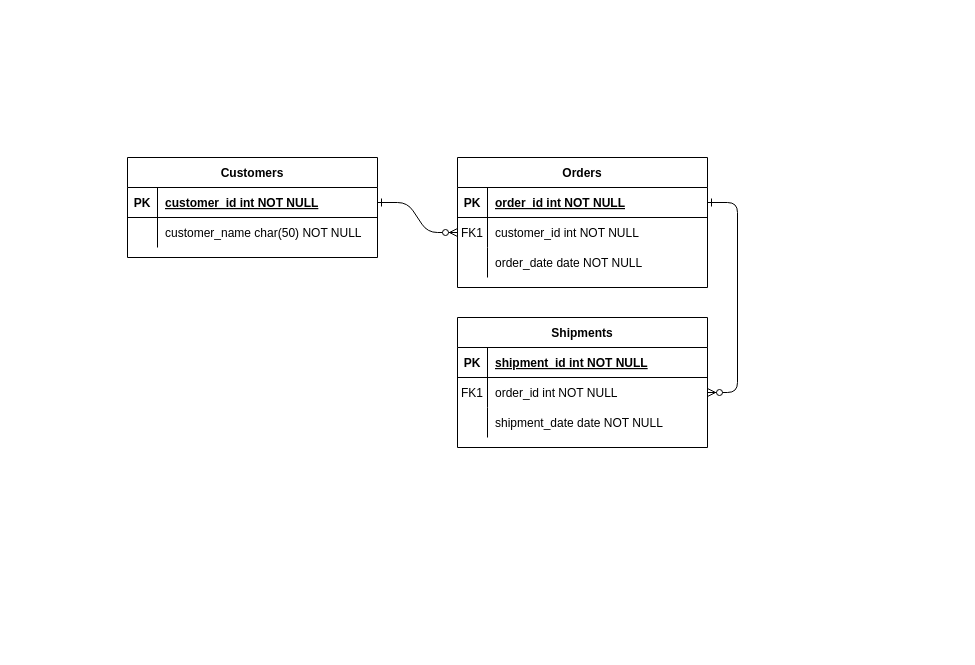
shahmartian/c268 keeps this draw.io diagram as Untitled Diagram.drawio. Above is the earlier version. Source tidied: cells renumbered, new cells numbered last; positions are measured from the earlier drawing's top-left corner, leaving out a move shared by most shapes. Both pictures are drawn from the tidied source at 100%, with x=0, y=0 at pixel (127, 157).
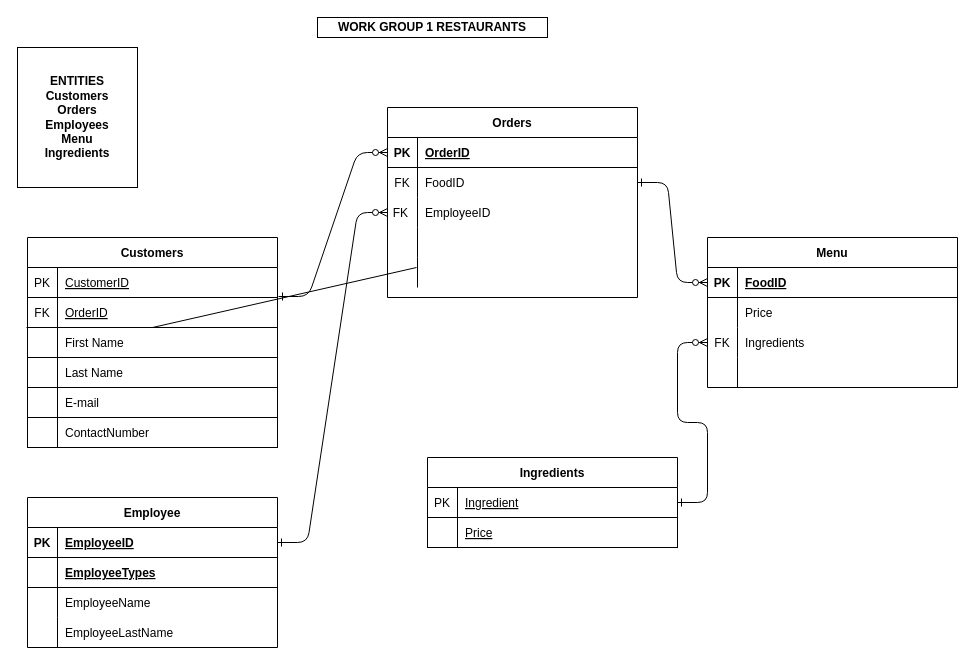
The same page after the edit.

Unchanged cells that the change refers to:
```xml
<mxCell id="15" style="shape=partialRectangle;fillColor=none;points=[[0,0.5],[1,0.5]];portConstraint=eastwest;top=0;left=0;right=0;bottom=1;" parent="14" vertex="1">
  <mxGeometry y="30" width="250" height="30" as="geometry" />
</mxCell>
<mxCell id="18" style="shape=partialRectangle;fillColor=none;points=[[0,0.5],[1,0.5]];portConstraint=eastwest;top=0;left=0;right=0;bottom=0;" parent="14" vertex="1">
  <mxGeometry y="60" width="250" height="30" as="geometry" />
</mxCell>
<mxCell id="21" style="shape=partialRectangle;fillColor=none;points=[[0,0.5],[1,0.5]];portConstraint=eastwest;top=0;left=0;right=0;bottom=0;" parent="14" vertex="1">
  <mxGeometry y="90" width="250" height="30" as="geometry" />
</mxCell>
<mxCell id="25" style="shape=partialRectangle;fillColor=none;points=[[0,0.5],[1,0.5]];portConstraint=eastwest;top=0;left=0;right=0;bottom=1;" parent="24" vertex="1">
  <mxGeometry y="30" width="250" height="30" as="geometry" />
</mxCell>
```

Diff of the diagram source:
```diff
@@
-    <mxCell id="2" style="edgeStyle=entityRelationEdgeStyle;endArrow=ERzeroToMany;startArrow=ERone;endFill=1;startFill=0;" parent="1" edge="1" source="25" target="8">
-      <mxGeometry relative="1" as="geometry" />
-    </mxCell>
-    <mxCell id="3" style="edgeStyle=entityRelationEdgeStyle;endArrow=ERzeroToMany;startArrow=ERone;endFill=1;startFill=0;" parent="1" edge="1" source="5" target="18">
-      <mxGeometry relative="1" as="geometry" />
-    </mxCell>
-    <mxCell id="4" value="Orders" style="shape=table;startSize=30;childLayout=tableLayout;rowLines=0;fontStyle=1;align=center;" parent="1" vertex="1">
-      <mxGeometry x="330" width="250" height="130" as="geometry" />
+    <mxCell id="4" value="Orders" style="shape=table;startSize=30;childLayout=tableLayout;rowLines=0;fontStyle=1;align=center;strokeColor=#000000;" parent="1" vertex="1">
+      <mxGeometry x="260" y="-50" width="250" height="190" as="geometry" />
     </mxCell>
-    <mxCell id="5" style="shape=partialRectangle;fillColor=none;points=[[0,0.5],[1,0.5]];portConstraint=eastwest;top=0;left=0;right=0;bottom=1;" parent="4" vertex="1">
+    <mxCell id="5" style="shape=partialRectangle;fillColor=none;points=[[0,0.5],[1,0.5]];portConstraint=eastwest;top=0;left=0;right=0;bottom=1;strokeColor=#000000;" parent="4" vertex="1">
       <mxGeometry y="30" width="250" height="30" as="geometry" />
     </mxCell>
-    <mxCell id="6" value="PK" style="shape=partialRectangle;overflow=hidden;fillColor=none;top=0;left=0;bottom=0;right=0;fontStyle=1;" parent="5" vertex="1">
+    <mxCell id="6" value="PK" style="shape=partialRectangle;overflow=hidden;fillColor=none;top=0;left=0;bottom=0;right=0;fontStyle=1;strokeColor=#000000;" parent="5" vertex="1">
       <mxGeometry width="30" height="30" as="geometry" />
     </mxCell>
-    <mxCell id="7" value="order_id int NOT NULL " style="shape=partialRectangle;overflow=hidden;fillColor=none;top=0;left=0;bottom=0;right=0;align=left;spacingLeft=6;fontStyle=5;" parent="5" vertex="1">
+    <mxCell id="7" value="OrderID" style="shape=partialRectangle;overflow=hidden;fillColor=none;top=0;left=0;bottom=0;right=0;align=left;spacingLeft=6;fontStyle=5;strokeColor=#000000;" parent="5" vertex="1">
       <mxGeometry x="30" width="220" height="30" as="geometry" />
     </mxCell>
-    <mxCell id="8" style="shape=partialRectangle;fillColor=none;points=[[0,0.5],[1,0.5]];portConstraint=eastwest;top=0;left=0;right=0;bottom=0;" parent="4" vertex="1">
+    <mxCell id="8" style="shape=partialRectangle;fillColor=none;points=[[0,0.5],[1,0.5]];portConstraint=eastwest;top=0;left=0;right=0;bottom=0;strokeColor=#000000;" parent="4" vertex="1">
       <mxGeometry y="60" width="250" height="30" as="geometry" />
     </mxCell>
-    <mxCell id="9" value="FK1" style="shape=partialRectangle;overflow=hidden;fillColor=none;top=0;left=0;bottom=0;right=0;" parent="8" vertex="1">
+    <mxCell id="9" value="FK" style="shape=partialRectangle;overflow=hidden;fillColor=none;top=0;left=0;bottom=0;right=0;strokeColor=#000000;" parent="8" vertex="1">
       <mxGeometry width="30" height="30" as="geometry" />
     </mxCell>
-    <mxCell id="10" value="customer_id int NOT NULL" style="shape=partialRectangle;overflow=hidden;fillColor=none;top=0;left=0;bottom=0;right=0;align=left;spacingLeft=6;" parent="8" vertex="1">
+    <mxCell id="10" value="FoodID" style="shape=partialRectangle;overflow=hidden;fillColor=none;top=0;left=0;bottom=0;right=0;align=left;spacingLeft=6;strokeColor=#000000;" parent="8" vertex="1">
       <mxGeometry x="30" width="220" height="30" as="geometry" />
     </mxCell>
+    <mxCell id="31" style="shape=partialRectangle;fillColor=none;points=[[0,0.5],[1,0.5]];portConstraint=eastwest;top=0;left=0;right=0;bottom=0;strokeColor=#000000;" parent="4" vertex="1">
+      <mxGeometry y="90" width="250" height="30" as="geometry" />
+    </mxCell>
+    <mxCell id="32" value="FK " style="shape=partialRectangle;overflow=hidden;fillColor=none;top=0;left=0;bottom=0;right=0;strokeColor=#000000;" parent="31" vertex="1">
+      <mxGeometry width="30" height="30" as="geometry" />
+    </mxCell>
+    <mxCell id="33" value="EmployeeID" style="shape=partialRectangle;overflow=hidden;fillColor=none;top=0;left=0;bottom=0;right=0;align=left;spacingLeft=6;strokeColor=#000000;" parent="31" vertex="1">
+      <mxGeometry x="30" width="220" height="30" as="geometry" />
+    </mxCell>
+    <mxCell id="34" style="shape=partialRectangle;fillColor=none;top=0;left=0;right=0;bottom=0;strokeColor=#000000;" parent="4" vertex="1">
+      <mxGeometry y="120" width="250" height="30" as="geometry" />
+    </mxCell>
+    <mxCell id="35" style="shape=partialRectangle;overflow=hidden;fillColor=none;top=0;left=0;bottom=0;right=0;strokeColor=#000000;" parent="34" vertex="1">
+      <mxGeometry width="30" height="30" as="geometry" />
+    </mxCell>
+    <mxCell id="36" style="shape=partialRectangle;overflow=hidden;fillColor=none;top=0;left=0;bottom=0;right=0;align=left;spacingLeft=6;strokeColor=#000000;" parent="34" vertex="1">
+      <mxGeometry x="30" width="220" height="30" as="geometry" />
+    </mxCell>
-    <mxCell id="11" style="shape=partialRectangle;fillColor=none;top=0;left=0;right=0;bottom=0;" parent="4" vertex="1">
-      <mxGeometry y="90" width="250" height="30" as="geometry" />
+    <mxCell id="11" style="shape=partialRectangle;fillColor=none;top=0;left=0;right=0;bottom=0;strokeColor=#000000;" parent="4" vertex="1">
+      <mxGeometry y="150" width="250" height="30" as="geometry" />
     </mxCell>
-    <mxCell id="12" style="shape=partialRectangle;overflow=hidden;fillColor=none;top=0;left=0;bottom=0;right=0;" parent="11" vertex="1">
+    <mxCell id="12" style="shape=partialRectangle;overflow=hidden;fillColor=none;top=0;left=0;bottom=0;right=0;strokeColor=#000000;" parent="11" vertex="1">
       <mxGeometry width="30" height="30" as="geometry" />
     </mxCell>
-    <mxCell id="13" value="order_date date NOT NULL" style="shape=partialRectangle;overflow=hidden;fillColor=none;top=0;left=0;bottom=0;right=0;align=left;spacingLeft=6;" parent="11" vertex="1">
+    <mxCell id="13" style="shape=partialRectangle;overflow=hidden;fillColor=none;top=0;left=0;bottom=0;right=0;align=left;spacingLeft=6;strokeColor=#000000;" parent="11" vertex="1">
       <mxGeometry x="30" width="220" height="30" as="geometry" />
     </mxCell>
-    <mxCell id="14" value="Shipments" style="shape=table;startSize=30;childLayout=tableLayout;rowLines=0;fontStyle=1;align=center;" parent="1" vertex="1">
-      <mxGeometry x="330" y="160" width="250" height="130" as="geometry" />
+    <mxCell id="14" value="Menu" style="shape=table;startSize=30;childLayout=tableLayout;rowLines=0;fontStyle=1;align=center;" parent="1" vertex="1">
+      <mxGeometry x="580" y="80" width="250" height="150" as="geometry" />
     </mxCell>
@@
-    <mxCell id="16" value="PK" style="shape=partialRectangle;overflow=hidden;fillColor=none;top=0;left=0;bottom=0;right=0;fontStyle=1;" parent="15" vertex="1">
+    <mxCell id="16" value="PK" style="shape=partialRectangle;overflow=hidden;fillColor=none;top=0;left=0;bottom=0;right=0;fontStyle=1;strokeColor=#000000;" parent="15" vertex="1">
       <mxGeometry width="30" height="30" as="geometry" />
     </mxCell>
-    <mxCell id="17" value="shipment_id int NOT NULL " style="shape=partialRectangle;overflow=hidden;fillColor=none;top=0;left=0;bottom=0;right=0;align=left;spacingLeft=6;fontStyle=5;" parent="15" vertex="1">
+    <mxCell id="17" value="FoodID" style="shape=partialRectangle;overflow=hidden;fillColor=none;top=0;left=0;bottom=0;right=0;align=left;spacingLeft=6;fontStyle=5;" parent="15" vertex="1">
       <mxGeometry x="30" width="220" height="30" as="geometry" />
     </mxCell>
@@
-    <mxCell id="19" value="FK1" style="shape=partialRectangle;overflow=hidden;fillColor=none;top=0;left=0;bottom=0;right=0;" parent="18" vertex="1">
+    <mxCell id="19" style="shape=partialRectangle;overflow=hidden;fillColor=none;top=0;left=0;bottom=0;right=0;strokeColor=#000000;" parent="18" vertex="1">
       <mxGeometry width="30" height="30" as="geometry" />
     </mxCell>
-    <mxCell id="20" value="order_id int NOT NULL" style="shape=partialRectangle;overflow=hidden;fillColor=none;top=0;left=0;bottom=0;right=0;align=left;spacingLeft=6;" parent="18" vertex="1">
+    <mxCell id="20" value="Price" style="shape=partialRectangle;overflow=hidden;fillColor=none;top=0;left=0;bottom=0;right=0;align=left;spacingLeft=6;" parent="18" vertex="1">
       <mxGeometry x="30" width="220" height="30" as="geometry" />
     </mxCell>
@@
-    <mxCell id="22" style="shape=partialRectangle;overflow=hidden;fillColor=none;top=0;left=0;bottom=0;right=0;" parent="21" vertex="1">
+    <mxCell id="22" value="FK" style="shape=partialRectangle;overflow=hidden;fillColor=none;top=0;left=0;bottom=0;right=0;" parent="21" vertex="1">
       <mxGeometry width="30" height="30" as="geometry" />
     </mxCell>
-    <mxCell id="23" value="shipment_date date NOT NULL" style="shape=partialRectangle;overflow=hidden;fillColor=none;top=0;left=0;bottom=0;right=0;align=left;spacingLeft=6;" parent="21" vertex="1">
+    <mxCell id="23" value="Ingredients" style="shape=partialRectangle;overflow=hidden;fillColor=none;top=0;left=0;bottom=0;right=0;align=left;spacingLeft=6;" parent="21" vertex="1">
       <mxGeometry x="30" width="220" height="30" as="geometry" />
     </mxCell>
+    <mxCell id="37" style="shape=partialRectangle;fillColor=none;top=0;left=0;right=0;bottom=0;" parent="14" vertex="1">
+      <mxGeometry y="120" width="250" height="30" as="geometry" />
+    </mxCell>
+    <mxCell id="38" style="shape=partialRectangle;overflow=hidden;fillColor=none;top=0;left=0;bottom=0;right=0;" parent="37" vertex="1">
+      <mxGeometry width="30" height="30" as="geometry" />
+    </mxCell>
+    <mxCell id="39" style="shape=partialRectangle;overflow=hidden;fillColor=none;top=0;left=0;bottom=0;right=0;align=left;spacingLeft=6;" parent="37" vertex="1">
+      <mxGeometry x="30" width="220" height="30" as="geometry" />
+    </mxCell>
     <mxCell id="24" value="Customers" style="shape=table;startSize=30;childLayout=tableLayout;rowLines=0;fontStyle=1;align=center;" parent="1" vertex="1">
-      <mxGeometry width="250" height="100" as="geometry" />
+      <mxGeometry x="-100" y="80" width="250" height="210" as="geometry" />
     </mxCell>
@@
-    <mxCell id="26" value="PK" style="shape=partialRectangle;overflow=hidden;fillColor=none;top=0;left=0;bottom=0;right=0;fontStyle=1;" parent="25" vertex="1">
+    <mxCell id="26" value="PK" style="shape=partialRectangle;overflow=hidden;fillColor=none;top=0;left=0;bottom=0;right=0;fontStyle=0;" parent="25" vertex="1">
       <mxGeometry width="30" height="30" as="geometry" />
     </mxCell>
-    <mxCell id="27" value="customer_id int NOT NULL " style="shape=partialRectangle;overflow=hidden;fillColor=none;top=0;left=0;bottom=0;right=0;align=left;spacingLeft=6;fontStyle=5;" parent="25" vertex="1">
+    <mxCell id="27" value="CustomerID" style="shape=partialRectangle;overflow=hidden;fillColor=none;top=0;left=0;bottom=0;right=0;align=left;spacingLeft=6;fontStyle=4;" parent="25" vertex="1">
       <mxGeometry x="30" width="220" height="30" as="geometry" />
     </mxCell>
-    <mxCell id="28" style="shape=partialRectangle;fillColor=none;top=0;left=0;right=0;bottom=0;" parent="24" vertex="1">
-      <mxGeometry y="60" width="250" height="30" as="geometry" />
-    </mxCell>
-    <mxCell id="29" style="shape=partialRectangle;overflow=hidden;fillColor=none;top=0;left=0;bottom=0;right=0;" parent="28" vertex="1">
-      <mxGeometry width="30" height="30" as="geometry" />
-    </mxCell>
-    <mxCell id="30" value="customer_name char(50) NOT NULL" style="shape=partialRectangle;overflow=hidden;fillColor=none;top=0;left=0;bottom=0;right=0;align=left;spacingLeft=6;" parent="28" vertex="1">
-      <mxGeometry x="30" width="220" height="30" as="geometry" />
-    </mxCell>
+    <mxCell id="40" style="shape=partialRectangle;fillColor=none;top=0;left=0;right=0;bottom=1;fontStyle=0;" parent="24" vertex="1">
+      <mxGeometry y="60" width="250" height="30" as="geometry" />
+    </mxCell>
+    <mxCell id="41" value="FK" style="shape=partialRectangle;overflow=hidden;fillColor=none;top=0;left=0;bottom=0;right=0;fontStyle=0;" parent="40" vertex="1">
+      <mxGeometry width="30" height="30" as="geometry" />
+    </mxCell>
+    <mxCell id="42" value="OrderID" style="shape=partialRectangle;overflow=hidden;fillColor=none;top=0;left=0;bottom=0;right=0;align=left;spacingLeft=6;fontStyle=4;" parent="40" vertex="1">
+      <mxGeometry x="30" width="220" height="30" as="geometry" />
+    </mxCell>
+    <mxCell id="43" style="shape=partialRectangle;fillColor=none;top=0;left=0;right=0;bottom=1;fontStyle=0;" parent="24" vertex="1">
+      <mxGeometry y="90" width="250" height="30" as="geometry" />
+    </mxCell>
+    <mxCell id="44" style="shape=partialRectangle;overflow=hidden;fillColor=none;top=0;left=0;bottom=0;right=0;fontStyle=0;" parent="43" vertex="1">
+      <mxGeometry width="30" height="30" as="geometry" />
+    </mxCell>
+    <mxCell id="45" value="First Name" style="shape=partialRectangle;overflow=hidden;fillColor=none;top=0;left=0;bottom=0;right=0;align=left;spacingLeft=6;fontStyle=0;" parent="43" vertex="1">
+      <mxGeometry x="30" width="220" height="30" as="geometry" />
+    </mxCell>
+    <mxCell id="46" style="shape=partialRectangle;fillColor=none;top=0;left=0;right=0;bottom=1;fontStyle=0;" parent="24" vertex="1">
+      <mxGeometry y="120" width="250" height="30" as="geometry" />
+    </mxCell>
+    <mxCell id="47" style="shape=partialRectangle;overflow=hidden;fillColor=none;top=0;left=0;bottom=0;right=0;fontStyle=0;" parent="46" vertex="1">
+      <mxGeometry width="30" height="30" as="geometry" />
+    </mxCell>
+    <mxCell id="48" value="Last Name" style="shape=partialRectangle;overflow=hidden;fillColor=none;top=0;left=0;bottom=0;right=0;align=left;spacingLeft=6;fontStyle=0;" parent="46" vertex="1">
+      <mxGeometry x="30" width="220" height="30" as="geometry" />
+    </mxCell>
+    <mxCell id="49" style="shape=partialRectangle;fillColor=none;top=0;left=0;right=0;bottom=1;fontStyle=0;" parent="24" vertex="1">
+      <mxGeometry y="150" width="250" height="30" as="geometry" />
+    </mxCell>
+    <mxCell id="50" style="shape=partialRectangle;overflow=hidden;fillColor=none;top=0;left=0;bottom=0;right=0;fontStyle=0;" parent="49" vertex="1">
+      <mxGeometry width="30" height="30" as="geometry" />
+    </mxCell>
+    <mxCell id="51" value="E-mail" style="shape=partialRectangle;overflow=hidden;fillColor=none;top=0;left=0;bottom=0;right=0;align=left;spacingLeft=6;fontStyle=0;" parent="49" vertex="1">
+      <mxGeometry x="30" width="220" height="30" as="geometry" />
+    </mxCell>
+    <mxCell id="52" style="shape=partialRectangle;fillColor=none;top=0;left=0;right=0;bottom=1;fontStyle=0;" parent="24" vertex="1">
+      <mxGeometry y="180" width="250" height="30" as="geometry" />
+    </mxCell>
+    <mxCell id="53" style="shape=partialRectangle;overflow=hidden;fillColor=none;top=0;left=0;bottom=0;right=0;fontStyle=0;" parent="52" vertex="1">
+      <mxGeometry width="30" height="30" as="geometry" />
+    </mxCell>
+    <mxCell id="54" value="ContactNumber" style="shape=partialRectangle;overflow=hidden;fillColor=none;top=0;left=0;bottom=0;right=0;align=left;spacingLeft=6;fontStyle=0;" parent="52" vertex="1">
+      <mxGeometry x="30" width="220" height="30" as="geometry" />
+    </mxCell>
+    <mxCell id="55" style="endArrow=none;html=1;rounded=0;entryX=1.02;entryY=1;entryDx=0;entryDy=0;entryPerimeter=0;" parent="24" edge="1">
+      <mxGeometry relative="1" as="geometry">
+        <mxPoint x="-1" y="90" as="sourcePoint" />
+        <mxPoint x="389" y="30" as="targetPoint" />
+        <Array as="points">
+          <mxPoint x="125" y="90" />
+        </Array>
+      </mxGeometry>
+    </mxCell>
+    <mxCell id="56" value="WORK GROUP 1 RESTAURANTS" style="rounded=0;whiteSpace=wrap;html=1;fontStyle=1;" parent="1" vertex="1">
+      <mxGeometry x="190" y="-140" width="230" height="20" as="geometry" />
+    </mxCell>
+    <mxCell id="57" value="ENTITIES&lt;br&gt;Customers&lt;br&gt;Orders&lt;br&gt;Employees&lt;br&gt;Menu&lt;br&gt;Ingredients" style="rounded=0;whiteSpace=wrap;html=1;fontStyle=1;" parent="1" vertex="1">
+      <mxGeometry x="-110" y="-110" width="120" height="140" as="geometry" />
+    </mxCell>
+    <mxCell id="3" style="edgeStyle=entityRelationEdgeStyle;endArrow=ERzeroToMany;startArrow=ERone;endFill=1;startFill=0;exitX=1;exitY=0.5;exitDx=0;exitDy=0;entryX=0;entryY=0.5;entryDx=0;entryDy=0;" parent="1" edge="1" source="8" target="15">
+      <mxGeometry relative="1" as="geometry">
+        <Array as="points">
+          <mxPoint x="690" y="120" />
+        </Array>
+      </mxGeometry>
+    </mxCell>
+    <mxCell id="2" style="edgeStyle=entityRelationEdgeStyle;endArrow=ERzeroToMany;startArrow=ERone;endFill=1;startFill=0;exitX=1.004;exitY=0.967;exitDx=0;exitDy=0;entryX=0;entryY=0.5;entryDx=0;entryDy=0;exitPerimeter=0;" parent="1" edge="1" source="25" target="5">
+      <mxGeometry relative="1" as="geometry" />
+    </mxCell>
+    <mxCell id="58" value="Ingredients" style="shape=table;startSize=30;childLayout=tableLayout;rowLines=0;fontStyle=1;align=center;" parent="1" vertex="1">
+      <mxGeometry x="300" y="300" width="250" height="90" as="geometry" />
+    </mxCell>
+    <mxCell id="59" style="shape=partialRectangle;fillColor=none;points=[[0,0.5],[1,0.5]];portConstraint=eastwest;top=0;left=0;right=0;bottom=1;" parent="58" vertex="1">
+      <mxGeometry y="30" width="250" height="30" as="geometry" />
+    </mxCell>
+    <mxCell id="60" value="PK" style="shape=partialRectangle;overflow=hidden;fillColor=none;top=0;left=0;bottom=0;right=0;fontStyle=0;" parent="59" vertex="1">
+      <mxGeometry width="30" height="30" as="geometry" />
+    </mxCell>
+    <mxCell id="61" value="Ingredient" style="shape=partialRectangle;overflow=hidden;fillColor=none;top=0;left=0;bottom=0;right=0;align=left;spacingLeft=6;fontStyle=4;" parent="59" vertex="1">
+      <mxGeometry x="30" width="220" height="30" as="geometry" />
+    </mxCell>
+    <mxCell id="62" style="shape=partialRectangle;fillColor=none;top=0;left=0;right=0;bottom=1;fontStyle=0;" parent="58" vertex="1">
+      <mxGeometry y="60" width="250" height="30" as="geometry" />
+    </mxCell>
+    <mxCell id="63" style="shape=partialRectangle;overflow=hidden;fillColor=none;top=0;left=0;bottom=0;right=0;fontStyle=0;" parent="62" vertex="1">
+      <mxGeometry width="30" height="30" as="geometry" />
+    </mxCell>
+    <mxCell id="64" value="Price" style="shape=partialRectangle;overflow=hidden;fillColor=none;top=0;left=0;bottom=0;right=0;align=left;spacingLeft=6;fontStyle=4;" parent="62" vertex="1">
+      <mxGeometry x="30" width="220" height="30" as="geometry" />
+    </mxCell>
+    <mxCell id="65" value="Employee" style="shape=table;startSize=30;childLayout=tableLayout;rowLines=0;fontStyle=1;align=center;" parent="1" vertex="1">
+      <mxGeometry x="-100" y="340" width="250" height="150" as="geometry" />
+    </mxCell>
+    <mxCell id="66" style="shape=partialRectangle;fillColor=none;points=[[0,0.5],[1,0.5]];portConstraint=eastwest;top=0;left=0;right=0;bottom=1;" parent="65" vertex="1">
+      <mxGeometry y="30" width="250" height="30" as="geometry" />
+    </mxCell>
+    <mxCell id="67" value="PK" style="shape=partialRectangle;overflow=hidden;fillColor=none;top=0;left=0;bottom=0;right=0;fontStyle=1;strokeColor=#000000;" parent="66" vertex="1">
+      <mxGeometry width="30" height="30" as="geometry" />
+    </mxCell>
+    <mxCell id="68" value="EmployeeID" style="shape=partialRectangle;overflow=hidden;fillColor=none;top=0;left=0;bottom=0;right=0;align=left;spacingLeft=6;fontStyle=5;" parent="66" vertex="1">
+      <mxGeometry x="30" width="220" height="30" as="geometry" />
+    </mxCell>
+    <mxCell id="69" style="shape=partialRectangle;fillColor=none;top=0;left=0;right=0;bottom=1;" parent="65" vertex="1">
+      <mxGeometry y="60" width="250" height="30" as="geometry" />
+    </mxCell>
+    <mxCell id="70" style="shape=partialRectangle;overflow=hidden;fillColor=none;top=0;left=0;bottom=0;right=0;fontStyle=1;strokeColor=#000000;" parent="69" vertex="1">
+      <mxGeometry width="30" height="30" as="geometry" />
+    </mxCell>
+    <mxCell id="71" value="EmployeeTypes" style="shape=partialRectangle;overflow=hidden;fillColor=none;top=0;left=0;bottom=0;right=0;align=left;spacingLeft=6;fontStyle=5;" parent="69" vertex="1">
+      <mxGeometry x="30" width="220" height="30" as="geometry" />
+    </mxCell>
+    <mxCell id="72" style="shape=partialRectangle;fillColor=none;top=0;left=0;right=0;bottom=0;" parent="65" vertex="1">
+      <mxGeometry y="90" width="250" height="30" as="geometry" />
+    </mxCell>
+    <mxCell id="73" style="shape=partialRectangle;overflow=hidden;fillColor=none;top=0;left=0;bottom=0;right=0;strokeColor=#000000;" parent="72" vertex="1">
+      <mxGeometry width="30" height="30" as="geometry" />
+    </mxCell>
+    <mxCell id="74" value="EmployeeName" style="shape=partialRectangle;overflow=hidden;fillColor=none;top=0;left=0;bottom=0;right=0;align=left;spacingLeft=6;" parent="72" vertex="1">
+      <mxGeometry x="30" width="220" height="30" as="geometry" />
+    </mxCell>
+    <mxCell id="75" style="shape=partialRectangle;fillColor=none;top=0;left=0;right=0;bottom=0;" parent="65" vertex="1">
+      <mxGeometry y="120" width="250" height="30" as="geometry" />
+    </mxCell>
+    <mxCell id="76" style="shape=partialRectangle;overflow=hidden;fillColor=none;top=0;left=0;bottom=0;right=0;" parent="75" vertex="1">
+      <mxGeometry width="30" height="30" as="geometry" />
+    </mxCell>
+    <mxCell id="77" value="EmployeeLastName" style="shape=partialRectangle;overflow=hidden;fillColor=none;top=0;left=0;bottom=0;right=0;align=left;spacingLeft=6;" parent="75" vertex="1">
+      <mxGeometry x="30" width="220" height="30" as="geometry" />
+    </mxCell>
+    <mxCell id="78" style="edgeStyle=entityRelationEdgeStyle;endArrow=ERzeroToMany;startArrow=ERone;endFill=1;startFill=0;exitX=1;exitY=0.5;exitDx=0;exitDy=0;entryX=0;entryY=0.5;entryDx=0;entryDy=0;" parent="1" edge="1" source="66" target="31">
+      <mxGeometry relative="1" as="geometry" />
+    </mxCell>
+    <mxCell id="79" style="edgeStyle=entityRelationEdgeStyle;endArrow=ERzeroToMany;startArrow=ERone;endFill=1;startFill=0;exitX=1;exitY=0.5;exitDx=0;exitDy=0;entryX=0;entryY=0.5;entryDx=0;entryDy=0;" parent="1" edge="1" source="59" target="21">
+      <mxGeometry relative="1" as="geometry">
+        <Array as="points">
+          <mxPoint x="760" y="365" />
+        </Array>
+      </mxGeometry>
+    </mxCell>
```
